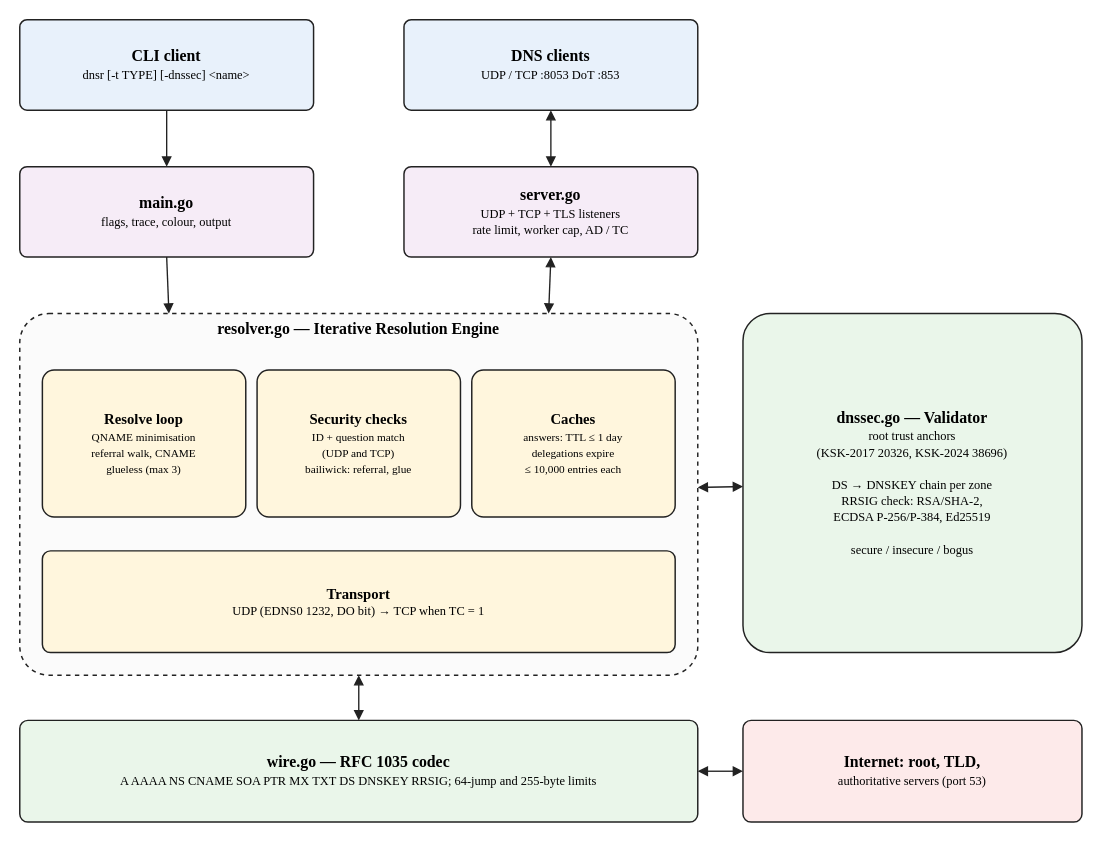
Earlier version of the draw.io diagram diagrams/00-system-architecture.drawio (swayam5342/dnsr). Source tidied: cells renumbered, new cells numbered last; positions are measured from the earlier drawing's top-left corner, leaving out a move shared by most shapes. Both pictures are drawn from the tidied source at 113%, with x=0, y=0 at pixel (19, 19).
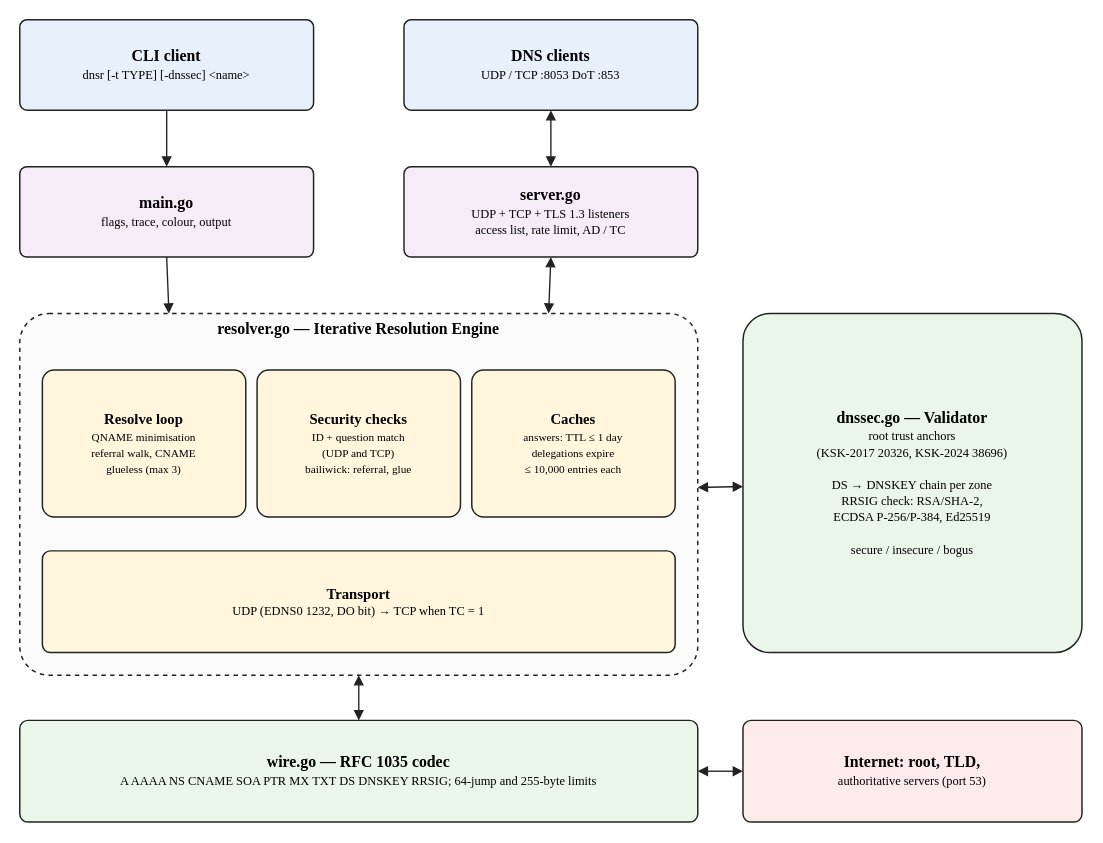
The same diagram, later.

Change to the diagram source:
```diff
@@
-    <mxCell id="5" value="&lt;b style=&quot;font-size:14px&quot;&gt;server.go&lt;/b&gt;&lt;br&gt;&lt;span style=&quot;font-size:11px&quot;&gt;UDP + TCP + TLS listeners&lt;br&gt;rate limit, worker cap, AD / TC&lt;/span&gt;" style="rounded=1;arcSize=8;whiteSpace=wrap;html=1;strokeColor=#222222;strokeWidth=1.3;fontFamily=Times New Roman;fillColor=#f6ecf7;" parent="1" vertex="1">
+    <mxCell id="5" value="&lt;b style=&quot;font-size:14px&quot;&gt;server.go&lt;/b&gt;&lt;br&gt;&lt;span style=&quot;font-size:11px&quot;&gt;UDP + TCP + TLS 1.3 listeners&lt;br&gt;access list, rate limit, AD / TC&lt;/span&gt;" style="rounded=1;arcSize=8;whiteSpace=wrap;html=1;strokeColor=#222222;strokeWidth=1.3;fontFamily=Times New Roman;fillColor=#f6ecf7;" parent="1" vertex="1">
       <mxGeometry x="340" y="130" width="260" height="80" as="geometry" />
     </mxCell>
```
